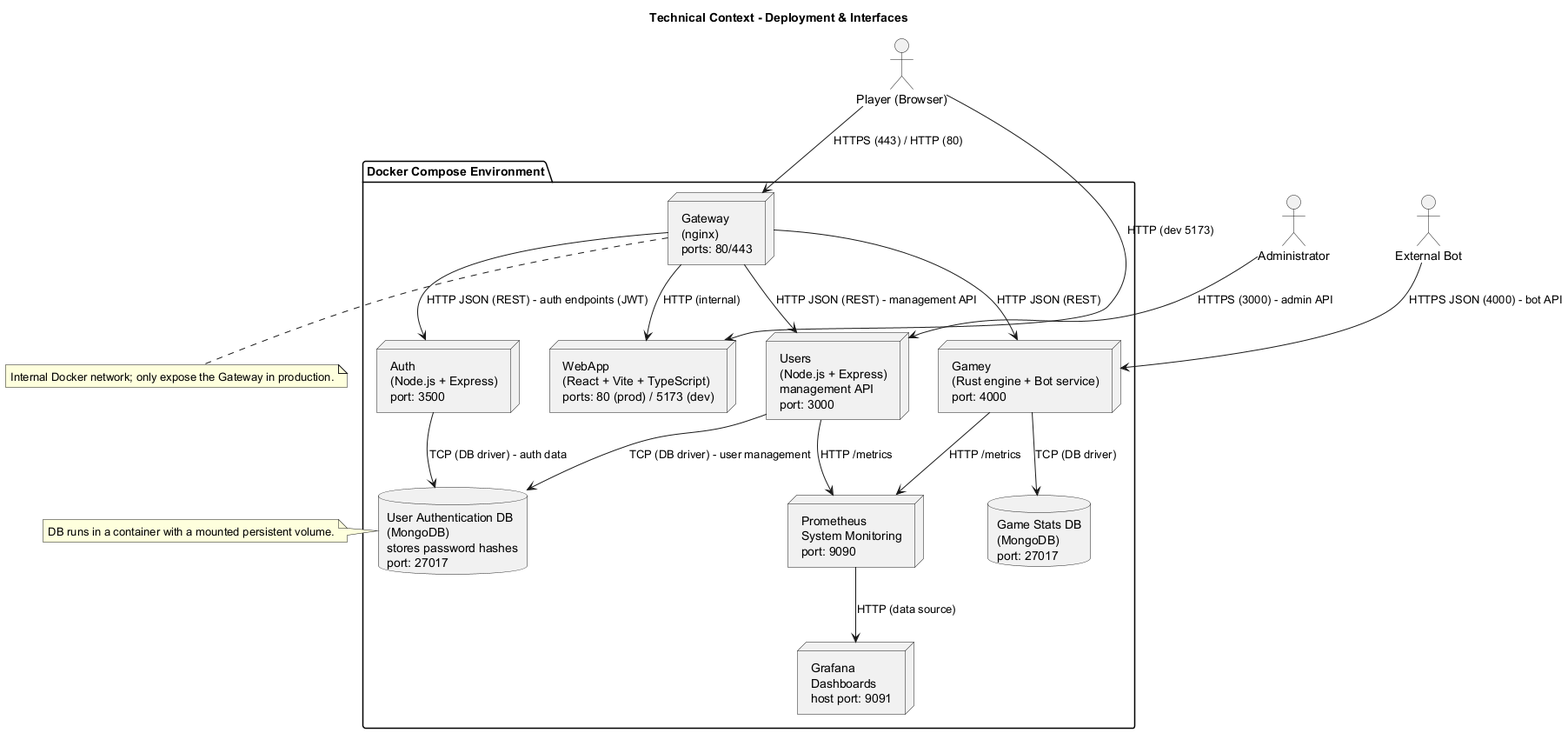
Above: images/technical-context-diagram.png in Arquisoft/yovi_es4b (PlantUML), before the change. Source of this version:
```plantuml
@startuml
title Technical Context - Deployment & Interfaces

actor "Player (Browser)" as Browser
actor "Administrator" as Admin
actor "External Bot" as ExternalBot

package "Docker Compose Environment" {

    node "Gateway\n(nginx)\nports: 80/443" as Gateway
    node "WebApp\n(React + Vite + TypeScript)\nports: 80 (prod) / 5173 (dev)" as WebApp
    node "Users\n(Node.js + Express)\nmanagement API\nport: 3000" as Users
    node "Auth\n(Node.js + Express)\nport: 3500" as Auth
    node "Gamey\n(Rust engine + Bot service)\nport: 4000" as Gamey

    database "User Authentication DB\n(MongoDB)\nstores password hashes\nport: 27017" as UserDB
    database "Game Stats DB\n(MongoDB)\nport: 27017" as GameDB

    node "Prometheus\nSystem Monitoring\nport: 9090" as Prometheus
    node "Grafana\nDashboards\nhost port: 9091" as Grafana
}

Browser --> Gateway : HTTPS (443) / HTTP (80)
Browser --> WebApp : HTTP (dev 5173)
Admin --> Users : HTTPS (3000) - admin API
ExternalBot --> Gamey : HTTPS JSON (4000) - bot API

Gateway --> WebApp : HTTP (internal)
Gateway --> Auth : HTTP JSON (REST) - auth endpoints (JWT)
Gateway --> Users : HTTP JSON (REST) - management API
Gateway --> Gamey : HTTP JSON (REST)
Auth --> UserDB : TCP (DB driver) - auth data
Users --> UserDB : TCP (DB driver) - user management
Gamey --> GameDB : TCP (DB driver)

Users --> Prometheus : HTTP /metrics
Gamey --> Prometheus : HTTP /metrics
Prometheus --> Grafana : HTTP (data source)

note left of UserDB
DB runs in a container with a mounted persistent volume.
end note

note bottom of Gateway
Internal Docker network; only expose the Gateway in production.
end note

@enduml
```
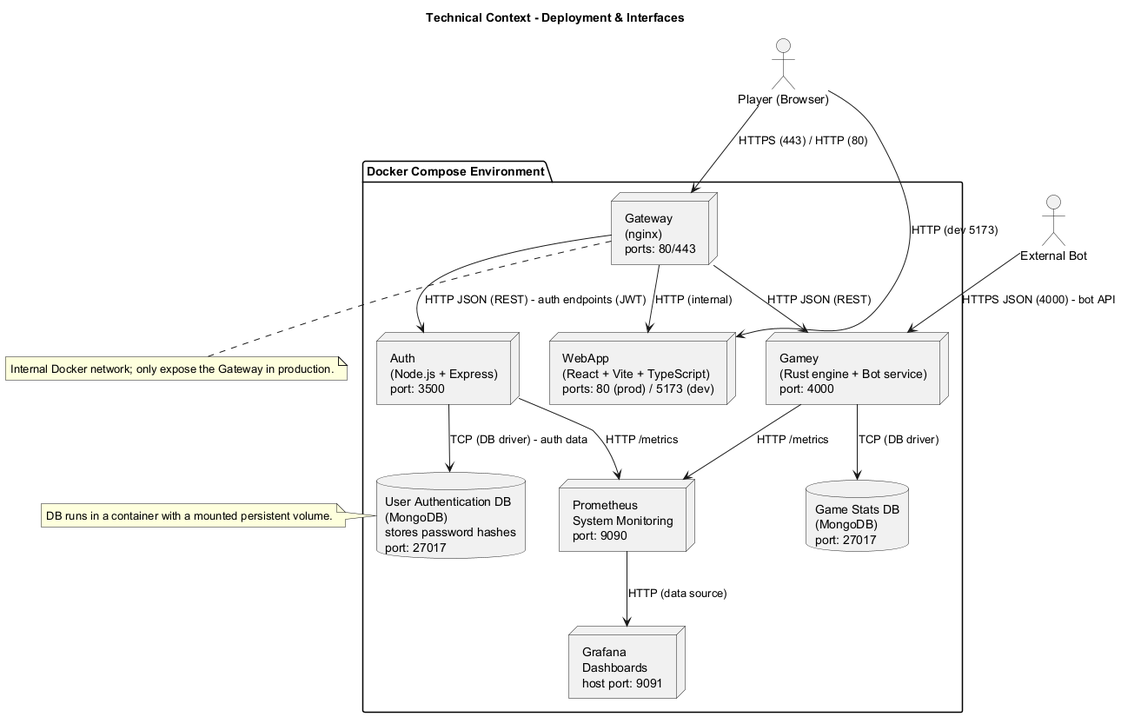
Later version of the same file.

Change to the diagram source:
```diff
@@ -2,14 +2,12 @@
 title Technical Context - Deployment & Interfaces
 
 actor "Player (Browser)" as Browser
-actor "Administrator" as Admin
 actor "External Bot" as ExternalBot
 
 package "Docker Compose Environment" {
 
     node "Gateway\n(nginx)\nports: 80/443" as Gateway
     node "WebApp\n(React + Vite + TypeScript)\nports: 80 (prod) / 5173 (dev)" as WebApp
-    node "Users\n(Node.js + Express)\nmanagement API\nport: 3000" as Users
     node "Auth\n(Node.js + Express)\nport: 3500" as Auth
     node "Gamey\n(Rust engine + Bot service)\nport: 4000" as Gamey
 
@@ -22,18 +20,16 @@
 
 Browser --> Gateway : HTTPS (443) / HTTP (80)
 Browser --> WebApp : HTTP (dev 5173)
-Admin --> Users : HTTPS (3000) - admin API
+
 ExternalBot --> Gamey : HTTPS JSON (4000) - bot API
 
 Gateway --> WebApp : HTTP (internal)
 Gateway --> Auth : HTTP JSON (REST) - auth endpoints (JWT)
-Gateway --> Users : HTTP JSON (REST) - management API
 Gateway --> Gamey : HTTP JSON (REST)
 Auth --> UserDB : TCP (DB driver) - auth data
-Users --> UserDB : TCP (DB driver) - user management
 Gamey --> GameDB : TCP (DB driver)
 
-Users --> Prometheus : HTTP /metrics
+Auth --> Prometheus : HTTP /metrics
 Gamey --> Prometheus : HTTP /metrics
 Prometheus --> Grafana : HTTP (data source)
 
```
